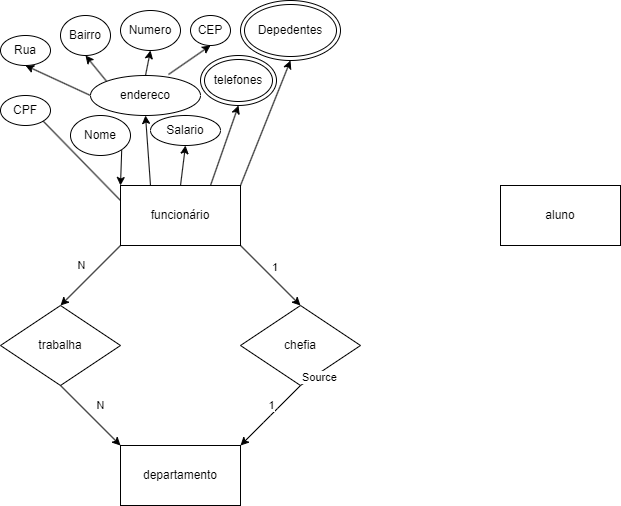
Before: Senac.png, a diagram exported from draw.io (MurilohfMota/Diagramas). Source tidied: cells renumbered, new cells last; positions are measured from the earlier drawing's top-left corner, leaving out a move shared by most shapes.
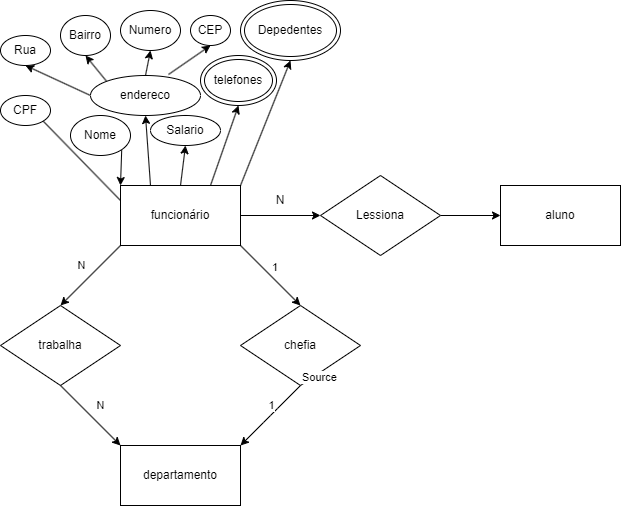
The same file after the commit.

Commit message:
ATRIBUTOS ENTIDADE FUNCIONARIO

The edit, as a diff of the source:
```diff
@@ -14,6 +14,9 @@
     <mxCell id="5" style="edgeStyle=none;html=1;exitX=1;exitY=0;exitDx=0;exitDy=0;entryX=0.5;entryY=1;entryDx=0;entryDy=0;" parent="1" edge="1" source="6" target="35">
       <mxGeometry relative="1" as="geometry" />
     </mxCell>
+    <mxCell id="36" style="edgeStyle=none;html=1;exitX=1;exitY=0.5;exitDx=0;exitDy=0;entryX=0;entryY=0.5;entryDx=0;entryDy=0;" parent="1" edge="1" source="6" target="38">
+      <mxGeometry relative="1" as="geometry" />
+    </mxCell>
     <mxCell id="6" value="funcionário" style="rounded=0;whiteSpace=wrap;html=1;" parent="1" vertex="1">
       <mxGeometry x="120" y="185" width="120" height="60" as="geometry" />
     </mxCell>
@@ -117,5 +120,14 @@
     <mxCell id="35" value="Depedentes" style="ellipse;shape=doubleEllipse;whiteSpace=wrap;html=1;shadow=0;sketch=0;" parent="1" vertex="1">
       <mxGeometry x="240" width="100" height="60" as="geometry" />
     </mxCell>
+    <mxCell id="37" style="edgeStyle=none;html=1;exitX=1;exitY=0.5;exitDx=0;exitDy=0;entryX=0;entryY=0.5;entryDx=0;entryDy=0;" parent="1" edge="1" source="38" target="7">
+      <mxGeometry relative="1" as="geometry" />
+    </mxCell>
+    <mxCell id="38" value="Lessiona" style="rhombus;whiteSpace=wrap;html=1;shadow=0;sketch=0;" parent="1" vertex="1">
+      <mxGeometry x="320" y="175" width="120" height="80" as="geometry" />
+    </mxCell>
+    <mxCell id="39" value="N" style="text;html=1;strokeColor=none;fillColor=none;align=center;verticalAlign=middle;whiteSpace=wrap;rounded=0;shadow=0;sketch=0;" parent="1" vertex="1">
+      <mxGeometry x="270" y="195" width="20" height="10" as="geometry" />
+    </mxCell>
   </root>
 </mxGraphModel>
```
